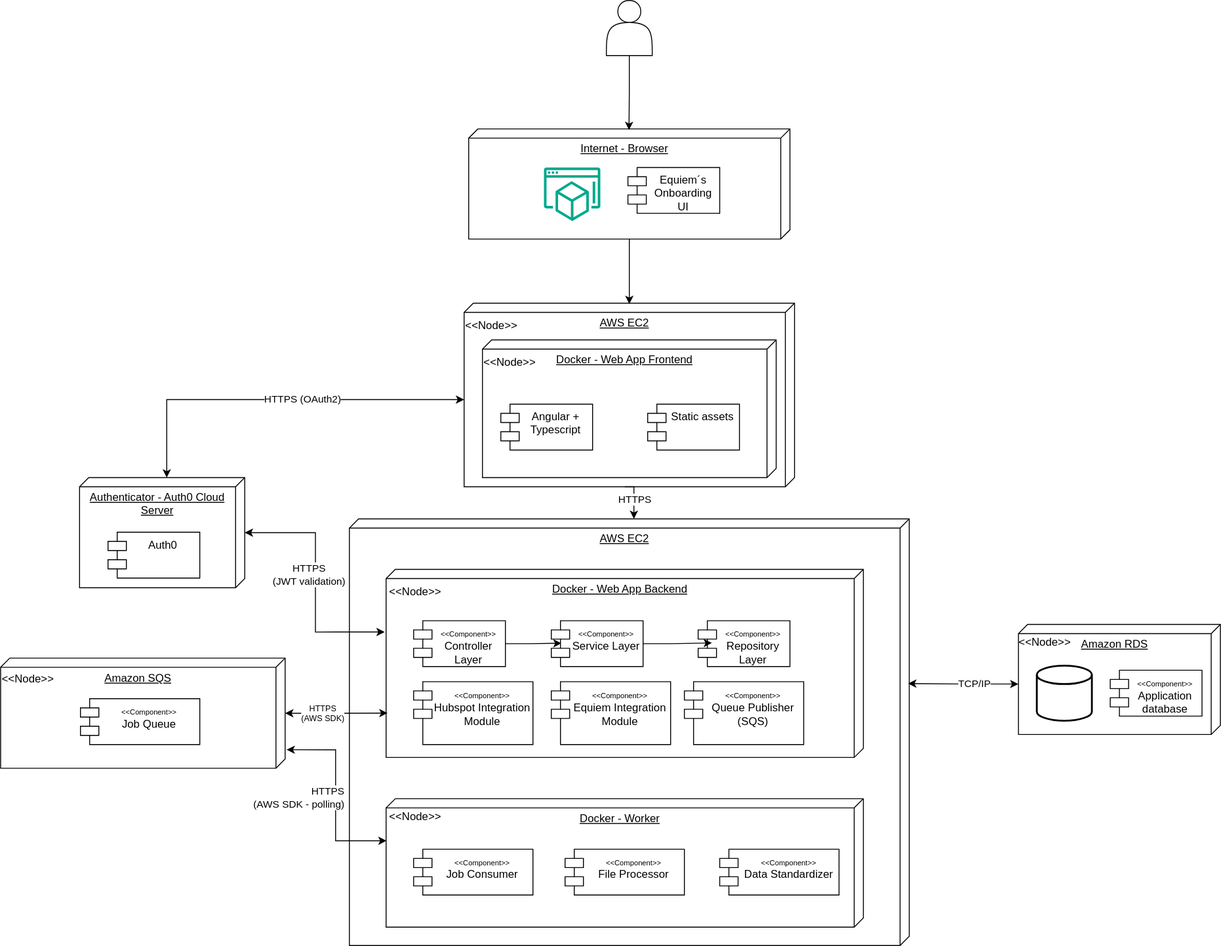
jjalmeidadev/updata-projeto keeps this draw.io diagram as docs/assets/deployment_map.svg. Above is the earlier version. Source tidied: cells renumbered, new cells last; positions are measured from the earlier drawing's top-left corner, leaving out a move shared by most shapes.
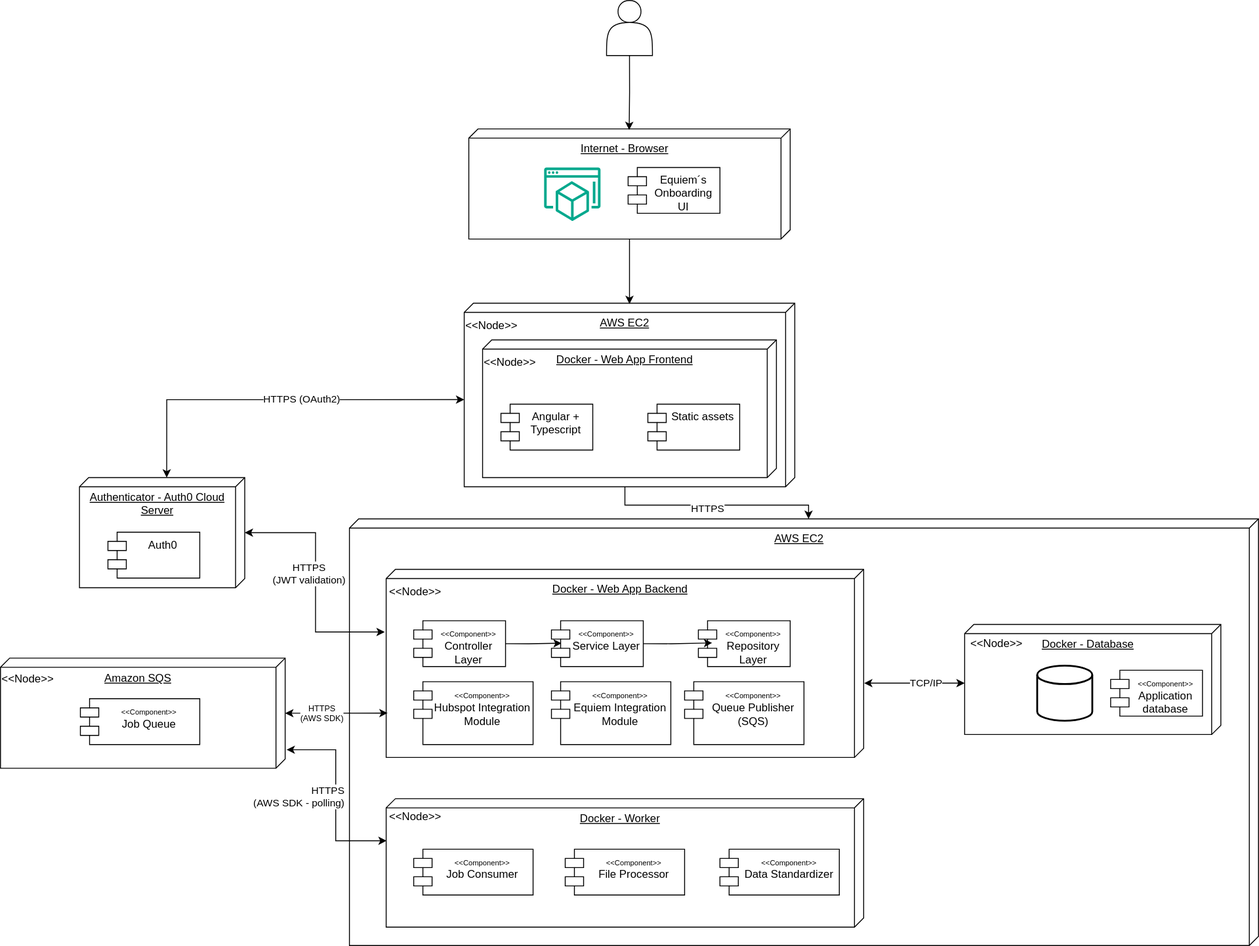
The same diagram one commit later.

Commit message:
docs: implements feedbacks given as review

Change to the diagram source:
```diff
@@ -9,7 +9,7 @@
       <mxGeometry x="660" width="50" height="60" as="geometry" />
     </mxCell>
     <mxCell id="4" value="AWS EC2" style="verticalAlign=top;align=center;spacingTop=8;spacingLeft=2;spacingRight=12;shape=cube;size=10;direction=south;fontStyle=4;html=1;whiteSpace=wrap;" parent="1" vertex="1">
-      <mxGeometry x="380" y="565" width="610" height="465" as="geometry" />
+      <mxGeometry x="380" y="565" width="990" height="465" as="geometry" />
     </mxCell>
     <mxCell id="5" value="Docker - Web App Backend" style="verticalAlign=top;align=center;spacingTop=8;spacingLeft=2;spacingRight=12;shape=cube;size=10;direction=south;fontStyle=4;html=1;whiteSpace=wrap;" parent="1" vertex="1">
       <mxGeometry x="420" y="620" width="520" height="205" as="geometry" />
@@ -29,8 +29,8 @@
     <mxCell id="10" style="edgeStyle=orthogonalEdgeStyle;rounded=0;jettySize=auto;html=1;exitX=1;exitY=0.5;exitDx=0;exitDy=0;entryX=0.15;entryY=0.484;entryDx=0;entryDy=0;entryPerimeter=0;" parent="1" edge="1" source="8" target="9">
       <mxGeometry relative="1" as="geometry" />
     </mxCell>
-    <mxCell id="11" value="Amazon RDS" style="verticalAlign=top;align=center;spacingTop=8;spacingLeft=2;spacingRight=12;shape=cube;size=10;direction=south;fontStyle=4;html=1;whiteSpace=wrap;" parent="1" vertex="1">
-      <mxGeometry x="1109" y="680" width="220" height="120" as="geometry" />
+    <mxCell id="11" value="Docker - Database" style="verticalAlign=top;align=center;spacingTop=8;spacingLeft=2;spacingRight=12;shape=cube;size=10;direction=south;fontStyle=4;html=1;whiteSpace=wrap;" parent="1" vertex="1">
+      <mxGeometry x="1050" y="680" width="279" height="120" as="geometry" />
     </mxCell>
     <mxCell id="12" value="&lt;div&gt;&lt;span style=&quot;font-size: 8px;&quot;&gt;&amp;lt;&amp;lt;Component&amp;gt;&amp;gt;&lt;/span&gt;&lt;/div&gt;Application database" style="shape=module;align=left;spacingLeft=20;align=center;verticalAlign=top;whiteSpace=wrap;html=1;" parent="1" vertex="1">
       <mxGeometry x="1209" y="730" width="100" height="50" as="geometry" />
@@ -38,8 +38,10 @@
     <mxCell id="13" style="strokeWidth=2;html=1;shape=mxgraph.flowchart.database;whiteSpace=wrap;" parent="1" vertex="1">
       <mxGeometry x="1129" y="725" width="60" height="60" as="geometry" />
     </mxCell>
-    <mxCell id="14" style="edgeStyle=orthogonalEdgeStyle;rounded=0;jettySize=auto;html=1;exitX=0;exitY=0;exitDx=65;exitDy=219.99999999999997;exitPerimeter=0;entryX=0.386;entryY=0.002;entryDx=0;entryDy=0;entryPerimeter=0;startArrow=classic;startFill=1;" parent="1" edge="1" source="11" target="4">
-      <mxGeometry relative="1" as="geometry" />
+    <mxCell id="14" style="edgeStyle=orthogonalEdgeStyle;rounded=0;jettySize=auto;html=1;entryX=0.605;entryY=-0.001;entryDx=0;entryDy=0;entryPerimeter=0;startArrow=classic;startFill=1;" parent="1" edge="1" target="5">
+      <mxGeometry relative="1" as="geometry">
+        <mxPoint x="1050" y="744" as="sourcePoint" />
+      </mxGeometry>
     </mxCell>
     <mxCell id="15" value="TCP/IP" style="edgeLabel;html=1;align=center;verticalAlign=middle;" parent="14" vertex="1">
       <mxGeometry x="-0.21" y="-1" relative="1" as="geometry" />
@@ -60,7 +62,7 @@
       <mxGeometry x="422" y="629.5" width="60" height="30" as="geometry" />
     </mxCell>
     <mxCell id="21" value="&amp;lt;&amp;lt;Node&amp;gt;&amp;gt;" style="text;html=1;whiteSpace=wrap;strokeColor=none;fillColor=none;align=center;verticalAlign=middle;rounded=0;" parent="1" vertex="1">
-      <mxGeometry x="1113" y="690" width="50" height="20" as="geometry" />
+      <mxGeometry x="1060" y="691" width="50" height="20" as="geometry" />
     </mxCell>
     <mxCell id="22" value="&amp;lt;&amp;lt;Node&amp;gt;&amp;gt;" style="text;html=1;whiteSpace=wrap;strokeColor=none;fillColor=none;align=center;verticalAlign=middle;rounded=0;" parent="1" vertex="1">
       <mxGeometry x="505" y="340" width="60" height="30" as="geometry" />
@@ -110,7 +112,7 @@
     <mxCell id="37" value="&amp;lt;&amp;lt;Node&amp;gt;&amp;gt;" style="text;html=1;whiteSpace=wrap;strokeColor=none;fillColor=none;align=center;verticalAlign=middle;rounded=0;" parent="1" vertex="1">
       <mxGeometry y="725" width="60" height="30" as="geometry" />
     </mxCell>
-    <mxCell id="38" style="edgeStyle=orthogonalEdgeStyle;rounded=0;jettySize=auto;html=1;exitX=0;exitY=0;exitDx=200;exitDy=185;exitPerimeter=0;entryX=0;entryY=0;entryDx=0;entryDy=300;entryPerimeter=0;" parent="1" edge="1" source="2" target="4">
+    <mxCell id="38" style="edgeStyle=orthogonalEdgeStyle;rounded=0;jettySize=auto;html=1;exitX=0;exitY=0;exitDx=200;exitDy=185;exitPerimeter=0;entryX=0;entryY=0;entryDx=0;entryDy=489.99999999999994;entryPerimeter=0;" parent="1" edge="1" source="2" target="4">
       <mxGeometry relative="1" as="geometry" />
     </mxCell>
     <mxCell id="39" value="HTTPS" style="edgeLabel;html=1;align=center;verticalAlign=middle;" parent="38" vertex="1">
```
